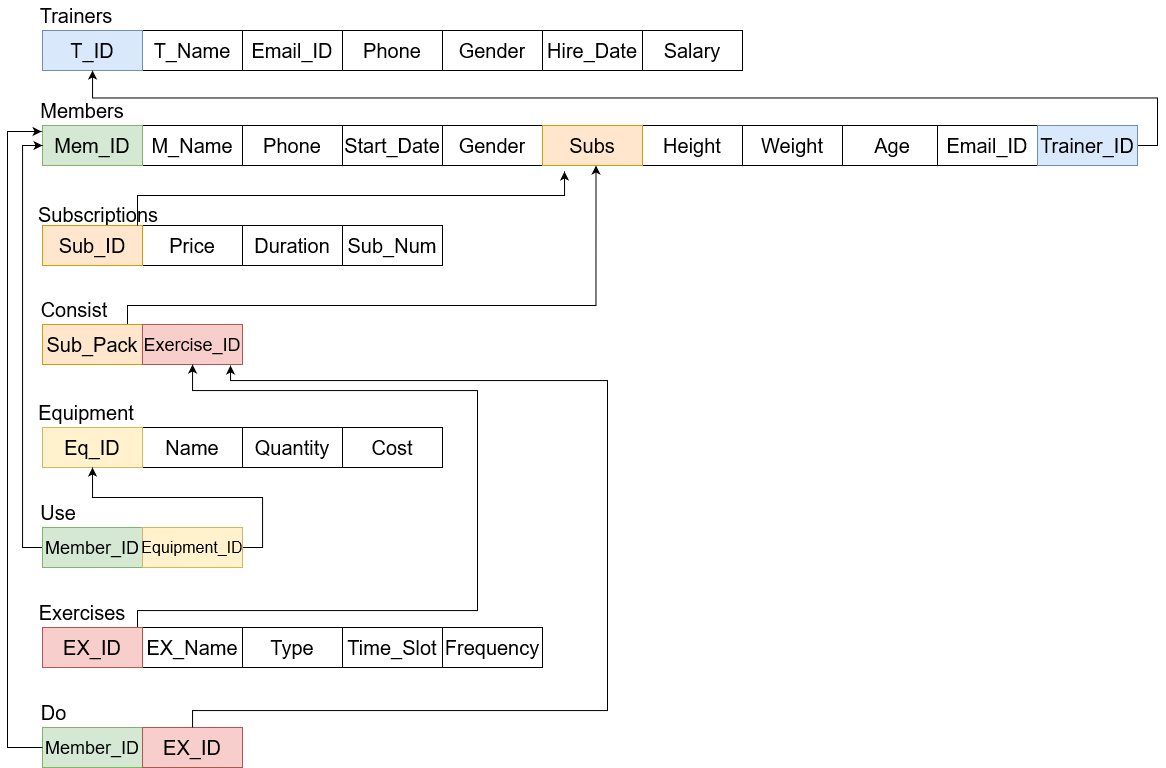
Before: Relational_Schema.png, a diagram exported from draw.io (THChou1220/dbms_finalproject). Source tidied: cells renumbered, new cells last; positions are measured from the earlier drawing's top-left corner, leaving out a move shared by most shapes.
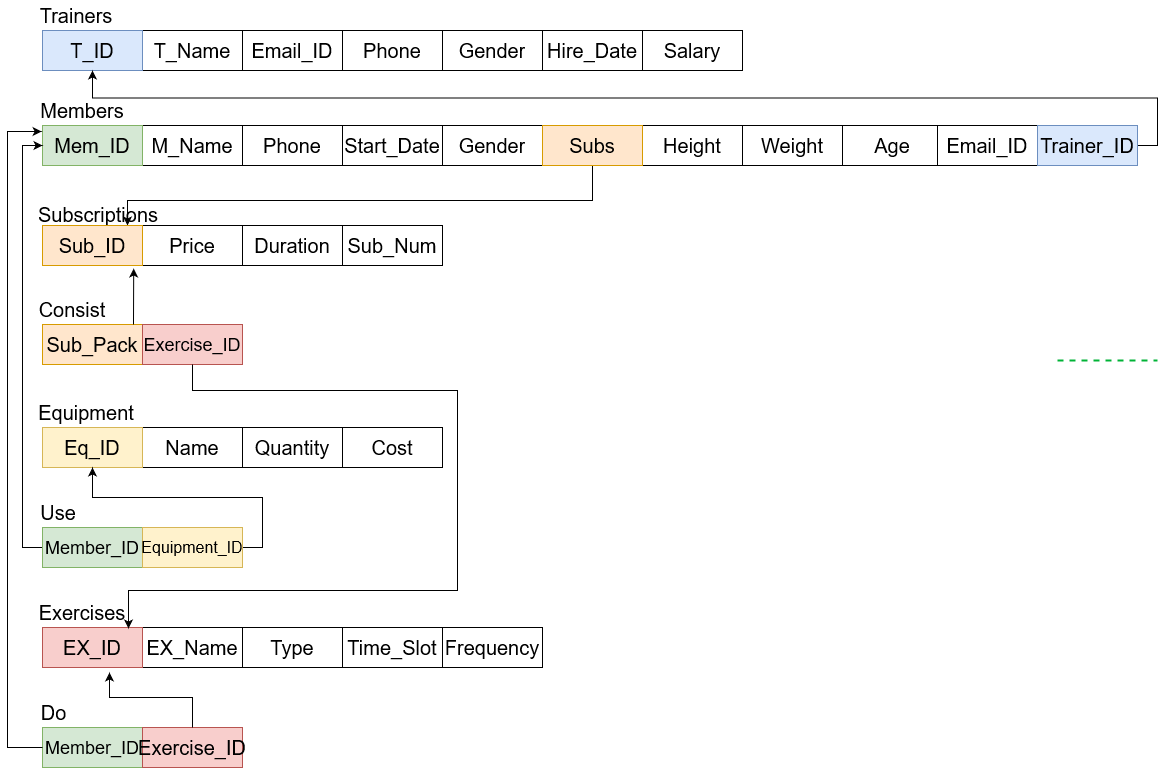
After the commit.

Commit message:
Update Back-End, ER_Model, and Relational_Schema

Change to the diagram source:
```diff
@@ -214,23 +214,20 @@
     <mxCell id="70" value="&lt;font style=&quot;font-size: 18px;&quot;&gt;Member_ID&lt;/font&gt;" style="rounded=0;whiteSpace=wrap;html=1;fillColor=#d5e8d4;strokeColor=#82b366;" parent="1" vertex="1">
       <mxGeometry x="35" y="727" width="100" height="40" as="geometry" />
     </mxCell>
+    <mxCell id="86" style="edgeStyle=orthogonalEdgeStyle;rounded=0;jettySize=auto;html=1;" parent="1" edge="1" source="71" target="72">
+      <mxGeometry relative="1" as="geometry">
+        <Array as="points">
+          <mxPoint x="585" y="200" />
+          <mxPoint x="120" y="200" />
+        </Array>
+      </mxGeometry>
+    </mxCell>
     <mxCell id="71" value="&lt;font style=&quot;font-size: 20px;&quot;&gt;Subs&lt;/font&gt;" style="rounded=0;whiteSpace=wrap;html=1;fillColor=#ffe6cc;strokeColor=#d79b00;" parent="1" vertex="1">
       <mxGeometry x="535" y="125" width="100" height="40" as="geometry" />
     </mxCell>
     <mxCell id="72" value="&lt;font style=&quot;font-size: 20px;&quot;&gt;Sub_ID&lt;/font&gt;" style="rounded=0;whiteSpace=wrap;html=1;fillColor=#ffe6cc;strokeColor=#d79b00;" parent="1" vertex="1">
       <mxGeometry x="35" y="225" width="100" height="40" as="geometry" />
     </mxCell>
-    <mxCell id="73" style="edgeStyle=orthogonalEdgeStyle;rounded=0;orthogonalLoop=1;jettySize=auto;html=1;exitX=0.5;exitY=0;exitDx=0;exitDy=0;" parent="1" edge="1">
-      <mxGeometry relative="1" as="geometry">
-        <mxPoint x="83.5" y="329" as="sourcePoint" />
-        <mxPoint x="588.5" y="165" as="targetPoint" />
-        <Array as="points">
-          <mxPoint x="120" y="329" />
-          <mxPoint x="120" y="305" />
-          <mxPoint x="589" y="305" />
-        </Array>
-      </mxGeometry>
-    </mxCell>
     <mxCell id="74" value="&lt;font style=&quot;font-size: 20px;&quot;&gt;Sub_Pack&lt;/font&gt;" style="rounded=0;whiteSpace=wrap;html=1;fillColor=#ffe6cc;strokeColor=#d79b00;" parent="1" vertex="1">
       <mxGeometry x="35" y="324" width="100" height="40" as="geometry" />
     </mxCell>
@@ -246,43 +243,15 @@
     <mxCell id="78" value="&lt;font style=&quot;font-size: 18px;&quot;&gt;Exercise_ID&lt;/font&gt;" style="rounded=0;whiteSpace=wrap;html=1;fillColor=#f8cecc;strokeColor=#b85450;" parent="1" vertex="1">
       <mxGeometry x="135" y="324" width="100" height="40" as="geometry" />
     </mxCell>
-    <mxCell id="79" style="edgeStyle=orthogonalEdgeStyle;rounded=0;jettySize=auto;html=1;" parent="1" edge="1" source="80" target="78">
-      <mxGeometry relative="1" as="geometry">
-        <Array as="points">
-          <mxPoint x="130" y="610" />
-          <mxPoint x="470" y="610" />
-          <mxPoint x="470" y="390" />
-          <mxPoint x="185" y="390" />
-        </Array>
-      </mxGeometry>
-    </mxCell>
     <mxCell id="80" value="&lt;font style=&quot;font-size: 20px;&quot;&gt;EX_ID&lt;/font&gt;" style="rounded=0;whiteSpace=wrap;html=1;fillColor=#f8cecc;strokeColor=#b85450;" parent="1" vertex="1">
       <mxGeometry x="35" y="627" width="100" height="40" as="geometry" />
     </mxCell>
-    <mxCell id="81" value="&lt;font style=&quot;font-size: 20px;&quot;&gt;EX_ID&lt;/font&gt;" style="rounded=0;whiteSpace=wrap;html=1;fillColor=#f8cecc;strokeColor=#b85450;" parent="1" vertex="1">
+    <mxCell id="81" value="&lt;div&gt;&lt;font style=&quot;font-size: 20px;&quot;&gt;Exercise_ID&lt;/font&gt;&lt;/div&gt;" style="rounded=0;whiteSpace=wrap;html=1;fillColor=#f8cecc;strokeColor=#b85450;" parent="1" vertex="1">
       <mxGeometry x="135" y="727" width="100" height="40" as="geometry" />
     </mxCell>
     <mxCell id="82" value="&lt;font style=&quot;font-size: 20px;&quot;&gt;Consist&lt;/font&gt;" style="text;strokeColor=none;fillColor=none;html=1;align=center;verticalAlign=middle;whiteSpace=wrap;rounded=0;fontSize=16;" parent="1" vertex="1">
-      <mxGeometry x="37" y="294" width="60" height="30" as="geometry" />
+      <mxGeometry x="35" y="294" width="60" height="30" as="geometry" />
     </mxCell>
-    <mxCell id="83" style="edgeStyle=orthogonalEdgeStyle;rounded=0;jettySize=auto;html=1;entryX=0.58;entryY=1.15;entryDx=0;entryDy=0;entryPerimeter=0;" parent="1" edge="1" source="72" target="11">
-      <mxGeometry relative="1" as="geometry">
-        <Array as="points">
-          <mxPoint x="130" y="195" />
-          <mxPoint x="557" y="195" />
-        </Array>
-      </mxGeometry>
-    </mxCell>
-    <mxCell id="84" style="edgeStyle=orthogonalEdgeStyle;rounded=0;jettySize=auto;html=1;entryX=0.94;entryY=1.025;entryDx=0;entryDy=0;entryPerimeter=0;" parent="1" edge="1" source="81" target="28">
-      <mxGeometry relative="1" as="geometry">
-        <Array as="points">
-          <mxPoint x="185" y="710" />
-          <mxPoint x="600" y="710" />
-          <mxPoint x="600" y="380" />
-          <mxPoint x="223" y="380" />
-        </Array>
-      </mxGeometry>
-    </mxCell>
     <mxCell id="85" style="edgeStyle=orthogonalEdgeStyle;rounded=0;jettySize=auto;html=1;entryX=-0.001;entryY=0.15;entryDx=0;entryDy=0;entryPerimeter=0;" parent="1" edge="1" source="70" target="12">
       <mxGeometry relative="1" as="geometry">
         <Array as="points">
@@ -291,5 +260,32 @@
         </Array>
       </mxGeometry>
     </mxCell>
+    <mxCell id="87" style="edgeStyle=none;rounded=0;html=1;entryX=0;entryY=0.5;jettySize=auto;orthogonalLoop=1;strokeColor=#00B336;strokeWidth=2;fontColor=#000000;jumpStyle=none;endArrow=none;endFill=0;startArrow=none;dashed=1;" parent="1" edge="1">
+      <mxGeometry relative="1" as="geometry">
+        <mxPoint x="1050" y="360" as="sourcePoint" />
+        <mxPoint x="1150" y="360" as="targetPoint" />
+      </mxGeometry>
+    </mxCell>
+    <mxCell id="88" style="edgeStyle=orthogonalEdgeStyle;rounded=0;jettySize=auto;html=1;entryX=0.134;entryY=1.125;entryDx=0;entryDy=0;entryPerimeter=0;" parent="1" edge="1" source="81" target="46">
+      <mxGeometry relative="1" as="geometry" />
+    </mxCell>
+    <mxCell id="89" style="edgeStyle=orthogonalEdgeStyle;rounded=0;jettySize=auto;html=1;entryX=0.172;entryY=0.025;entryDx=0;entryDy=0;entryPerimeter=0;" parent="1" edge="1" source="78" target="47">
+      <mxGeometry relative="1" as="geometry">
+        <Array as="points">
+          <mxPoint x="185" y="390" />
+          <mxPoint x="450" y="390" />
+          <mxPoint x="450" y="590" />
+          <mxPoint x="121" y="590" />
+        </Array>
+      </mxGeometry>
+    </mxCell>
+    <mxCell id="90" style="edgeStyle=orthogonalEdgeStyle;rounded=0;jettySize=auto;html=1;entryX=0.228;entryY=1.075;entryDx=0;entryDy=0;entryPerimeter=0;" parent="1" edge="1" source="74" target="22">
+      <mxGeometry relative="1" as="geometry">
+        <Array as="points">
+          <mxPoint x="126" y="320" />
+          <mxPoint x="126" y="320" />
+        </Array>
+      </mxGeometry>
+    </mxCell>
   </root>
 </mxGraphModel>
```
